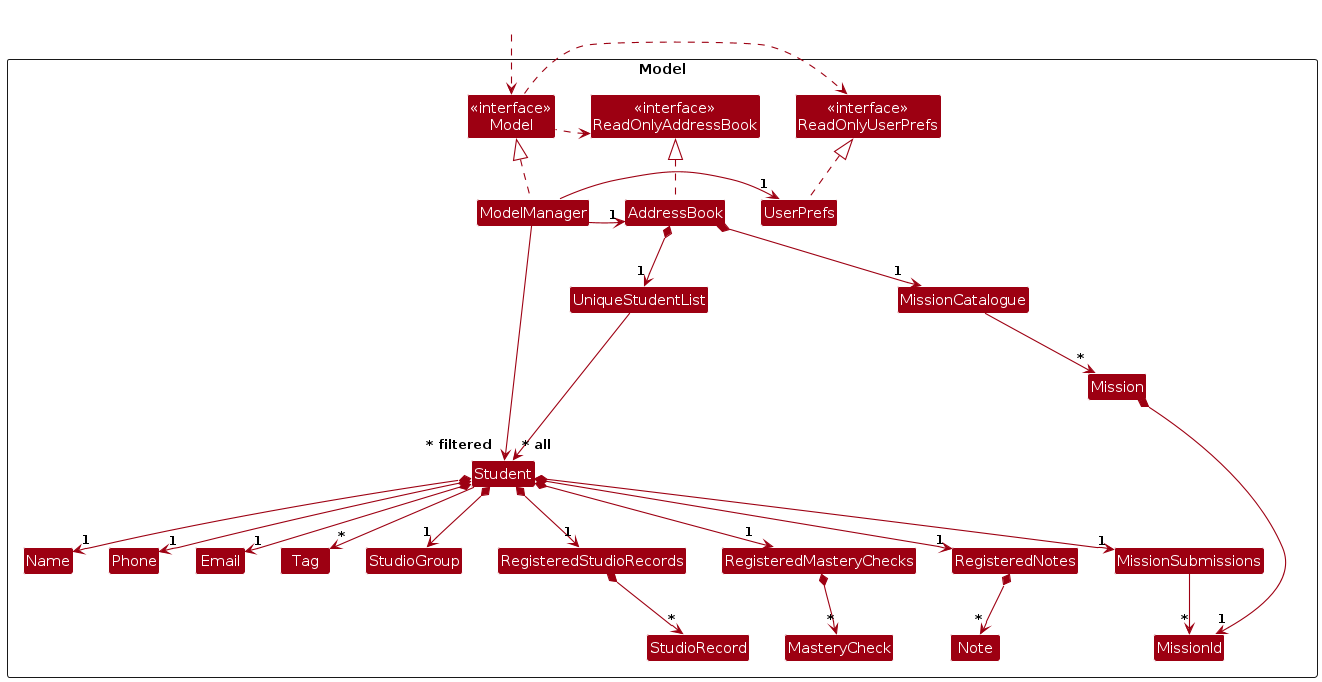
This is diagrams/ModelClassDiagram.png from AY2627S1-CS2103T-F14a-1/tp, a PlantUML export, as it was before one commit. Its source is kept beside it as diagrams/ModelClassDiagram.puml.
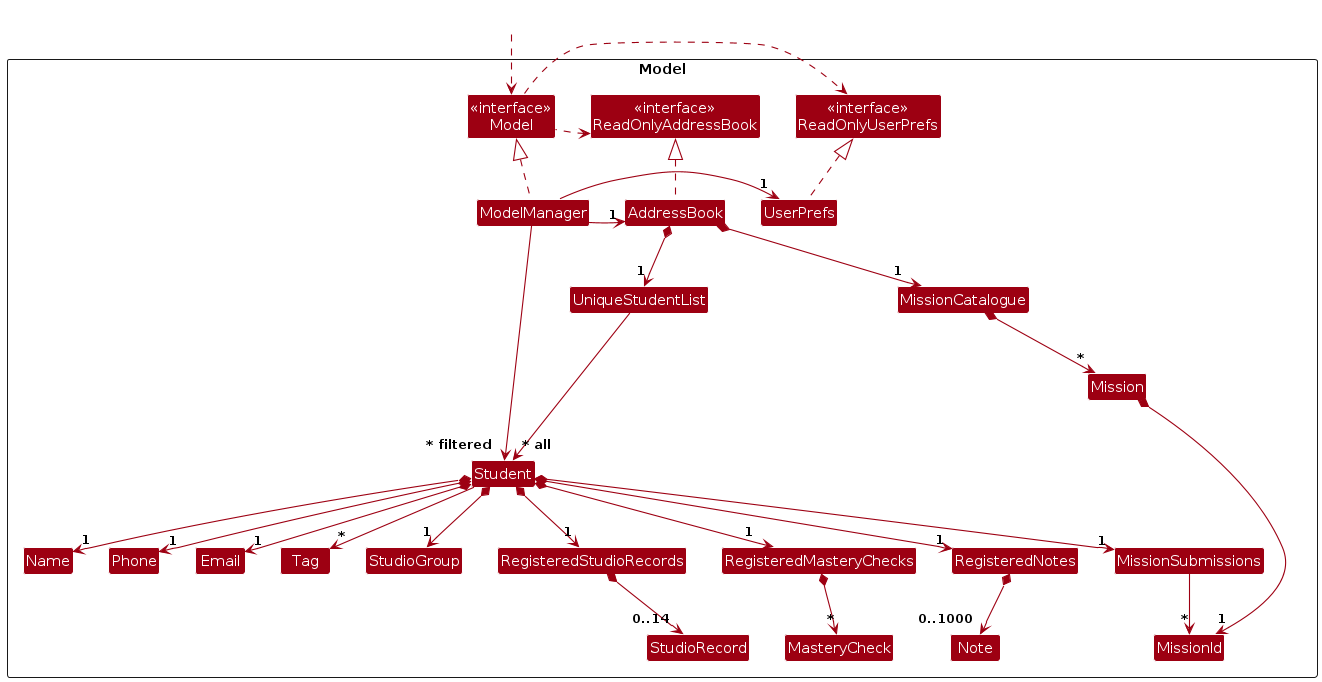
The same file after the commit.

What changed in the source:
```diff
@@ -49,7 +49,7 @@
 AddressBook *--> "1" MissionCatalogue
 UniqueStudentList --> "~* all" Student
 ModelManager --> "~* filtered" Student
-MissionCatalogue --> "*" Mission
+MissionCatalogue *--> "*" Mission
 Mission *-down-> "1" MissionId
 
 Student *--> "1" Name
@@ -63,9 +63,9 @@
 Student *--> "1" RegisteredNotes
 
 RegisteredMasteryChecks *-down-> "*" MasteryCheck
-RegisteredNotes *-down-> "*" Note
 MissionSubmissions -down-> "*" MissionId
-RegisteredStudioRecords *--> "*" StudioRecord
+RegisteredStudioRecords *--> "0..14" StudioRecord
+RegisteredNotes *-down-> "0..1000" Note
 
 ReadOnlyAddressBook -[hidden]right-> Model
 Model -[hidden]right-> ReadOnlyUserPrefs
```
